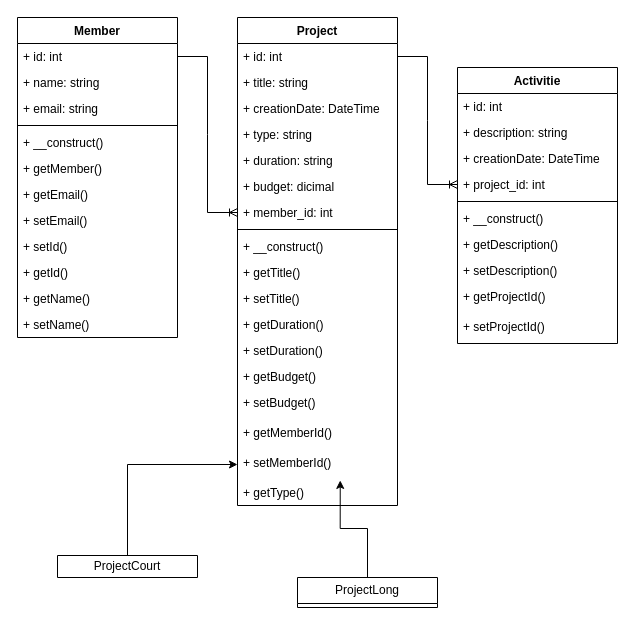
Before: page "Page-1" (1 of 2) of Docs/diagrames.drawio in Wassim-RF/Metis, a draw.io diagram. Source tidied: cells renumbered, new cells numbered last; positions are measured from the earlier drawing's top-left corner, leaving out a move shared by most shapes. Both pictures are drawn from the tidied source at 100%, with x=0, y=0 at pixel (17, 17).
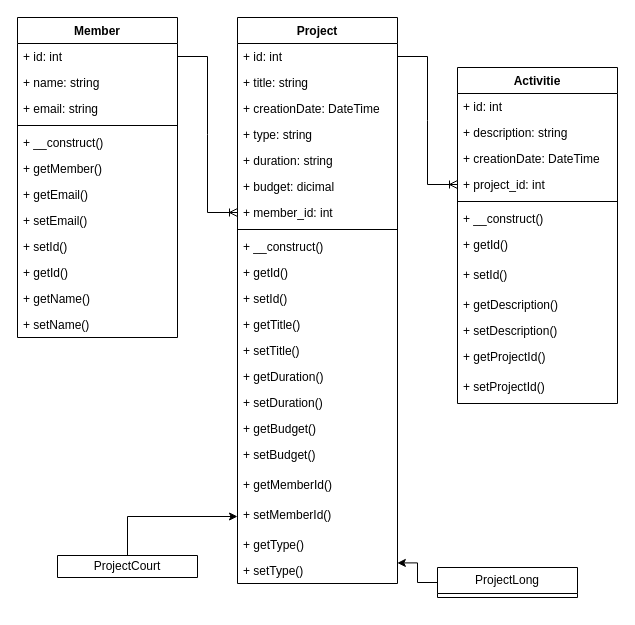
Above is the later version.

Diff of the diagram source:
```diff
@@
     <mxCell id="15" value="Project" style="swimlane;fontStyle=1;align=center;verticalAlign=top;horizontal=1;startSize=26;whiteSpace=wrap;html=1;" parent="1" vertex="1">
-      <mxGeometry x="220" width="160" height="488" as="geometry" />
+      <mxGeometry x="220" width="160" height="566" as="geometry" />
     </mxCell>
@@
+    <mxCell id="51" value="+ getId()" style="text;strokeColor=none;fillColor=none;align=left;verticalAlign=top;spacingLeft=4;spacingRight=4;overflow=hidden;whiteSpace=wrap;html=1;" parent="15" vertex="1">
+      <mxGeometry y="242" width="160" height="26" as="geometry" />
+    </mxCell>
+    <mxCell id="52" value="+ setId()" style="text;strokeColor=none;fillColor=none;align=left;verticalAlign=top;spacingLeft=4;spacingRight=4;overflow=hidden;whiteSpace=wrap;html=1;" parent="15" vertex="1">
+      <mxGeometry y="268" width="160" height="26" as="geometry" />
+    </mxCell>
     <mxCell id="25" value="+ getTitle()" style="text;strokeColor=none;fillColor=none;align=left;verticalAlign=top;spacingLeft=4;spacingRight=4;overflow=hidden;whiteSpace=wrap;html=1;" parent="15" vertex="1">
-      <mxGeometry y="242" width="160" height="26" as="geometry" />
+      <mxGeometry y="294" width="160" height="26" as="geometry" />
     </mxCell>
     <mxCell id="26" value="+ setTitle&lt;span style=&quot;background-color: transparent; color: light-dark(rgb(0, 0, 0), rgb(255, 255, 255));&quot;&gt;()&lt;/span&gt;" style="text;strokeColor=none;fillColor=none;align=left;verticalAlign=top;spacingLeft=4;spacingRight=4;overflow=hidden;whiteSpace=wrap;html=1;" parent="15" vertex="1">
-      <mxGeometry y="268" width="160" height="26" as="geometry" />
+      <mxGeometry y="320" width="160" height="26" as="geometry" />
     </mxCell>
     <mxCell id="27" value="+ getDuration()" style="text;strokeColor=none;fillColor=none;align=left;verticalAlign=top;spacingLeft=4;spacingRight=4;overflow=hidden;whiteSpace=wrap;html=1;" parent="15" vertex="1">
-      <mxGeometry y="294" width="160" height="26" as="geometry" />
+      <mxGeometry y="346" width="160" height="26" as="geometry" />
     </mxCell>
     <mxCell id="28" value="+ setDuration()" style="text;strokeColor=none;fillColor=none;align=left;verticalAlign=top;spacingLeft=4;spacingRight=4;overflow=hidden;whiteSpace=wrap;html=1;" parent="15" vertex="1">
-      <mxGeometry y="320" width="160" height="26" as="geometry" />
+      <mxGeometry y="372" width="160" height="26" as="geometry" />
     </mxCell>
     <mxCell id="29" value="+ getBudget()" style="text;strokeColor=none;fillColor=none;align=left;verticalAlign=top;spacingLeft=4;spacingRight=4;overflow=hidden;whiteSpace=wrap;html=1;" parent="15" vertex="1">
-      <mxGeometry y="346" width="160" height="26" as="geometry" />
+      <mxGeometry y="398" width="160" height="26" as="geometry" />
     </mxCell>
     <mxCell id="30" value="+ setBudget()" style="text;strokeColor=none;fillColor=none;align=left;verticalAlign=top;spacingLeft=4;spacingRight=4;overflow=hidden;whiteSpace=wrap;html=1;" parent="15" vertex="1">
-      <mxGeometry y="372" width="160" height="30" as="geometry" />
+      <mxGeometry y="424" width="160" height="30" as="geometry" />
     </mxCell>
     <mxCell id="31" value="+ getMemberId()" style="text;strokeColor=none;fillColor=none;align=left;verticalAlign=top;spacingLeft=4;spacingRight=4;overflow=hidden;whiteSpace=wrap;html=1;" parent="15" vertex="1">
-      <mxGeometry y="402" width="160" height="30" as="geometry" />
+      <mxGeometry y="454" width="160" height="30" as="geometry" />
     </mxCell>
     <mxCell id="32" value="+ setMemberId()" style="text;strokeColor=none;fillColor=none;align=left;verticalAlign=top;spacingLeft=4;spacingRight=4;overflow=hidden;points=[[0,0.5],[1,0.5]];portConstraint=eastwest;whiteSpace=wrap;html=1;" parent="15" vertex="1">
-      <mxGeometry y="432" width="160" height="30" as="geometry" />
+      <mxGeometry y="484" width="160" height="30" as="geometry" />
     </mxCell>
     <mxCell id="33" value="+ getType()" style="text;strokeColor=none;fillColor=none;align=left;verticalAlign=top;spacingLeft=4;spacingRight=4;overflow=hidden;whiteSpace=wrap;html=1;" parent="15" vertex="1">
-      <mxGeometry y="462" width="160" height="26" as="geometry" />
+      <mxGeometry y="514" width="160" height="26" as="geometry" />
     </mxCell>
+    <mxCell id="53" value="+ setType()" style="text;strokeColor=none;fillColor=none;align=left;verticalAlign=top;spacingLeft=4;spacingRight=4;overflow=hidden;points=[[0,0.5],[1,0.5]];portConstraint=eastwest;whiteSpace=wrap;html=1;" parent="15" vertex="1">
+      <mxGeometry y="540" width="160" height="26" as="geometry" />
+    </mxCell>
@@
     <mxCell id="37" value="ProjectLong" style="swimlane;fontStyle=0;horizontal=1;startSize=26;fillColor=none;whiteSpace=wrap;html=1;" parent="1" vertex="1">
-      <mxGeometry x="280" y="560" width="140" height="30" as="geometry" />
+      <mxGeometry x="420" y="550" width="140" height="30" as="geometry" />
     </mxCell>
-    <mxCell id="38" style="edgeStyle=orthogonalEdgeStyle;rounded=0;jettySize=auto;html=1;entryX=0.642;entryY=1.031;entryDx=0;entryDy=0;entryPerimeter=0;" parent="1" edge="1" source="37" target="32">
+    <mxCell id="38" style="edgeStyle=orthogonalEdgeStyle;rounded=0;jettySize=auto;html=1;entryX=0.999;entryY=0.209;entryDx=0;entryDy=0;entryPerimeter=0;" parent="1" edge="1" source="37" target="53">
       <mxGeometry relative="1" as="geometry" />
     </mxCell>
     <mxCell id="39" value="Activitie" style="swimlane;fontStyle=1;align=center;verticalAlign=top;horizontal=1;startSize=26;whiteSpace=wrap;html=1;" parent="1" vertex="1">
-      <mxGeometry x="440" y="50" width="160" height="276" as="geometry" />
+      <mxGeometry x="440" y="50" width="160" height="336" as="geometry" />
     </mxCell>
@@
+    <mxCell id="54" value="+ getId()" style="text;strokeColor=none;fillColor=none;align=left;verticalAlign=top;spacingLeft=4;spacingRight=4;overflow=hidden;whiteSpace=wrap;html=1;" parent="39" vertex="1">
+      <mxGeometry y="164" width="160" height="30" as="geometry" />
+    </mxCell>
+    <mxCell id="55" value="+ setId()" style="text;strokeColor=none;fillColor=none;align=left;verticalAlign=top;spacingLeft=4;spacingRight=4;overflow=hidden;whiteSpace=wrap;html=1;" parent="39" vertex="1">
+      <mxGeometry y="194" width="160" height="30" as="geometry" />
+    </mxCell>
     <mxCell id="46" value="+ getDescription()" style="text;strokeColor=none;fillColor=none;align=left;verticalAlign=top;spacingLeft=4;spacingRight=4;overflow=hidden;whiteSpace=wrap;html=1;" parent="39" vertex="1">
-      <mxGeometry y="164" width="160" height="26" as="geometry" />
+      <mxGeometry y="224" width="160" height="26" as="geometry" />
     </mxCell>
     <mxCell id="47" value="+ setDescription&lt;span style=&quot;background-color: transparent; color: light-dark(rgb(0, 0, 0), rgb(255, 255, 255));&quot;&gt;()&lt;/span&gt;" style="text;strokeColor=none;fillColor=none;align=left;verticalAlign=top;spacingLeft=4;spacingRight=4;overflow=hidden;whiteSpace=wrap;html=1;" parent="39" vertex="1">
-      <mxGeometry y="190" width="160" height="26" as="geometry" />
+      <mxGeometry y="250" width="160" height="26" as="geometry" />
     </mxCell>
     <mxCell id="48" value="+ getProjectId()" style="text;strokeColor=none;fillColor=none;align=left;verticalAlign=top;spacingLeft=4;spacingRight=4;overflow=hidden;whiteSpace=wrap;html=1;" parent="39" vertex="1">
-      <mxGeometry y="216" width="160" height="30" as="geometry" />
+      <mxGeometry y="276" width="160" height="30" as="geometry" />
     </mxCell>
     <mxCell id="49" value="+ setProjectId()" style="text;strokeColor=none;fillColor=none;align=left;verticalAlign=top;spacingLeft=4;spacingRight=4;overflow=hidden;whiteSpace=wrap;html=1;" parent="39" vertex="1">
-      <mxGeometry y="246" width="160" height="30" as="geometry" />
+      <mxGeometry y="306" width="160" height="30" as="geometry" />
     </mxCell>
```
